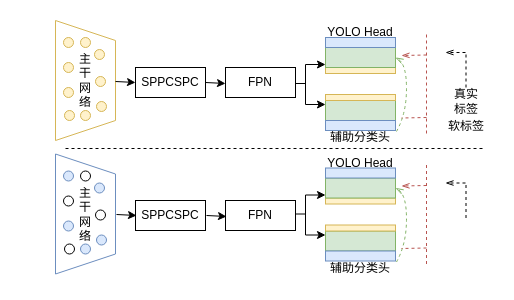
wangdayan/HuffmanTree keeps this draw.io diagram as self_distillation.drawio. Above is the earlier version. Source tidied: cells renumbered, new cells numbered last; positions are measured from the earlier drawing's top-left corner, leaving out a move shared by most shapes. Both pictures are drawn from the tidied source at 100%, with x=0, y=0 at pixel (25, 17).
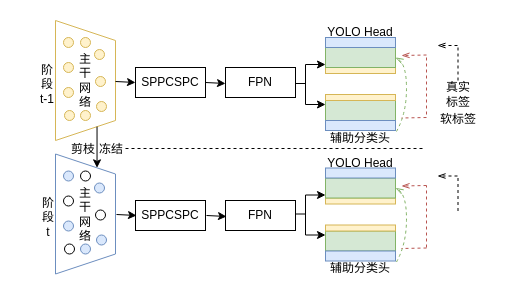
The same page after the edit.

The change refers to these unchanged cells:
```xml
<mxCell id="4" style="shape=trapezoid;perimeter=trapezoidPerimeter;whiteSpace=wrap;html=1;fixedSize=1;rotation=90;fillColor=#FFFFFF;strokeColor=#d6b656;" parent="1" vertex="1">
  <mxGeometry y="33" width="120" height="60" as="geometry" />
</mxCell>
<mxCell id="34" style="shape=trapezoid;perimeter=trapezoidPerimeter;whiteSpace=wrap;html=1;fixedSize=1;rotation=90;fillColor=#FFFFFF;strokeColor=#6c8ebf;" parent="1" vertex="1">
  <mxGeometry y="166.5" width="120" height="60" as="geometry" />
</mxCell>
```

Change to the diagram source:
```diff
@@
     <mxCell id="8" value="辅助分类头" style="text;strokeColor=none;align=center;fillColor=none;html=1;verticalAlign=middle;whiteSpace=wrap;rounded=0;" parent="1" vertex="1">
-      <mxGeometry x="300" y="105" width="70" height="30" as="geometry" />
+      <mxGeometry x="300" y="106" width="70" height="30" as="geometry" />
     </mxCell>
@@
     <mxCell id="16" value="真实&lt;div&gt;标签&lt;/div&gt;" style="text;strokeColor=none;align=center;fillColor=none;html=1;verticalAlign=middle;whiteSpace=wrap;rounded=0;" parent="1" vertex="1">
-      <mxGeometry x="411" y="69" width="60" height="30" as="geometry" />
+      <mxGeometry x="403" y="62" width="60" height="30" as="geometry" />
     </mxCell>
     <mxCell id="17" style="endArrow=none;html=1;rounded=0;dashed=1;" parent="1" edge="1">
       <mxGeometry relative="1" as="geometry">
-        <mxPoint x="440.5" y="70" as="sourcePoint" />
-        <mxPoint x="440.5" y="34" as="targetPoint" />
+        <mxPoint x="432.5" y="63" as="sourcePoint" />
+        <mxPoint x="432.5" y="27" as="targetPoint" />
       </mxGeometry>
     </mxCell>
     <mxCell id="18" style="endArrow=openThin;html=1;rounded=0;dashed=1;endFill=0;" parent="1" edge="1">
       <mxGeometry relative="1" as="geometry">
-        <mxPoint x="440" y="35" as="sourcePoint" />
-        <mxPoint x="420" y="35" as="targetPoint" />
+        <mxPoint x="432" y="28" as="sourcePoint" />
+        <mxPoint x="412" y="28" as="targetPoint" />
       </mxGeometry>
     </mxCell>
     <mxCell id="19" value="软标签" style="text;strokeColor=none;align=center;fillColor=none;html=1;verticalAlign=middle;whiteSpace=wrap;rounded=0;" parent="1" vertex="1">
-      <mxGeometry x="411" y="94" width="60" height="30" as="geometry" />
+      <mxGeometry x="403" y="87" width="60" height="30" as="geometry" />
     </mxCell>
     <mxCell id="20" style="endArrow=none;html=1;rounded=0;dashed=1;fillColor=#f8cecc;strokeColor=#b85450;" parent="1" edge="1">
       <mxGeometry relative="1" as="geometry">
-        <mxPoint x="401" y="116" as="sourcePoint" />
-        <mxPoint x="401" y="16" as="targetPoint" />
+        <mxPoint x="401" y="97" as="sourcePoint" />
+        <mxPoint x="401" y="37" as="targetPoint" />
       </mxGeometry>
     </mxCell>
@@
     <mxCell id="24" style="endArrow=none;dashed=1;html=1;rounded=0;" parent="1" edge="1">
       <mxGeometry relative="1" as="geometry">
-        <mxPoint x="40" y="131" as="sourcePoint" />
-        <mxPoint x="460" y="131" as="targetPoint" />
+        <mxPoint x="100" y="131" as="sourcePoint" />
+        <mxPoint x="400" y="131" as="targetPoint" />
       </mxGeometry>
     </mxCell>
@@
     <mxCell id="62" style="endArrow=none;html=1;rounded=0;dashed=1;" parent="1" edge="1">
       <mxGeometry relative="1" as="geometry">
-        <mxPoint x="440.5" y="200.5" as="sourcePoint" />
-        <mxPoint x="440.5" y="164.5" as="targetPoint" />
+        <mxPoint x="432.5" y="193.5" as="sourcePoint" />
+        <mxPoint x="432.5" y="157.5" as="targetPoint" />
       </mxGeometry>
     </mxCell>
     <mxCell id="63" style="endArrow=openThin;html=1;rounded=0;dashed=1;endFill=0;" parent="1" edge="1">
       <mxGeometry relative="1" as="geometry">
-        <mxPoint x="440" y="165.5" as="sourcePoint" />
-        <mxPoint x="420" y="165.5" as="targetPoint" />
+        <mxPoint x="432" y="158.5" as="sourcePoint" />
+        <mxPoint x="412" y="158.5" as="targetPoint" />
       </mxGeometry>
     </mxCell>
     <mxCell id="64" style="endArrow=none;html=1;rounded=0;dashed=1;fillColor=#f8cecc;strokeColor=#b85450;" parent="1" edge="1">
       <mxGeometry relative="1" as="geometry">
-        <mxPoint x="401" y="246.5" as="sourcePoint" />
-        <mxPoint x="401" y="146.5" as="targetPoint" />
+        <mxPoint x="401" y="230" as="sourcePoint" />
+        <mxPoint x="401" y="168" as="targetPoint" />
       </mxGeometry>
     </mxCell>
@@
+    <mxCell id="71" style="endArrow=classic;html=1;rounded=0;exitX=1;exitY=0.25;exitDx=0;exitDy=0;entryX=0;entryY=0.25;entryDx=0;entryDy=0;" parent="1" edge="1" source="4" target="34">
+      <mxGeometry relative="1" as="geometry" />
+    </mxCell>
+    <mxCell id="72" value="剪枝" style="text;strokeColor=none;align=center;fillColor=none;html=1;verticalAlign=middle;whiteSpace=wrap;rounded=0;" parent="1" vertex="1">
+      <mxGeometry x="28" y="116.5" width="60" height="30" as="geometry" />
+    </mxCell>
+    <mxCell id="73" value="冻结" style="text;strokeColor=none;align=center;fillColor=none;html=1;verticalAlign=middle;whiteSpace=wrap;rounded=0;" parent="1" vertex="1">
+      <mxGeometry x="56" y="116.5" width="60" height="30" as="geometry" />
+    </mxCell>
+    <mxCell id="74" value="阶&lt;div&gt;段&lt;/div&gt;&lt;div&gt;t-1&lt;/div&gt;" style="text;strokeColor=none;align=center;fillColor=none;html=1;verticalAlign=middle;whiteSpace=wrap;rounded=0;" parent="1" vertex="1">
+      <mxGeometry x="-8" y="52" width="60" height="30" as="geometry" />
+    </mxCell>
+    <mxCell id="75" value="阶&lt;div&gt;段&lt;/div&gt;&lt;div&gt;t&lt;/div&gt;" style="text;strokeColor=none;align=center;fillColor=none;html=1;verticalAlign=middle;whiteSpace=wrap;rounded=0;" parent="1" vertex="1">
+      <mxGeometry x="-7" y="184.5" width="60" height="30" as="geometry" />
+    </mxCell>
```
